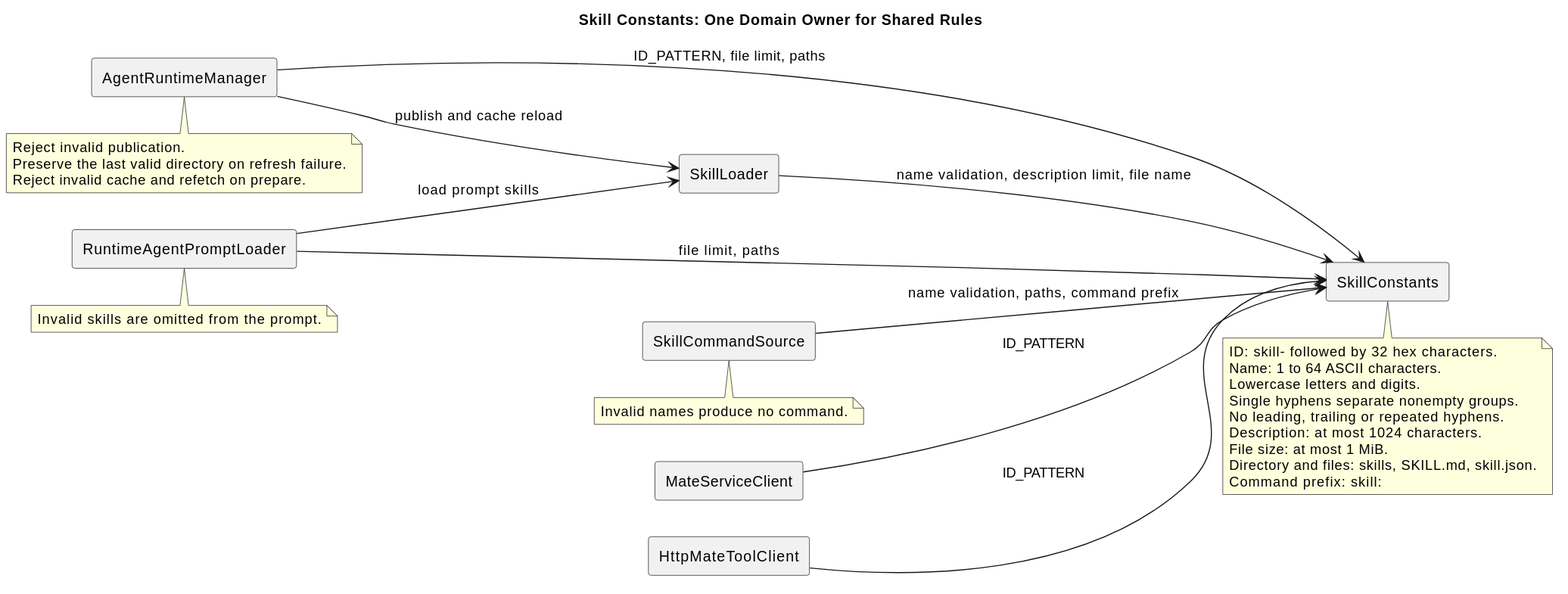
Before: docs/designs/skill-name-validation/skill_name_validation.svg, a diagram exported from PlantUML (2862282695gjh-afk/pi-mono-java).
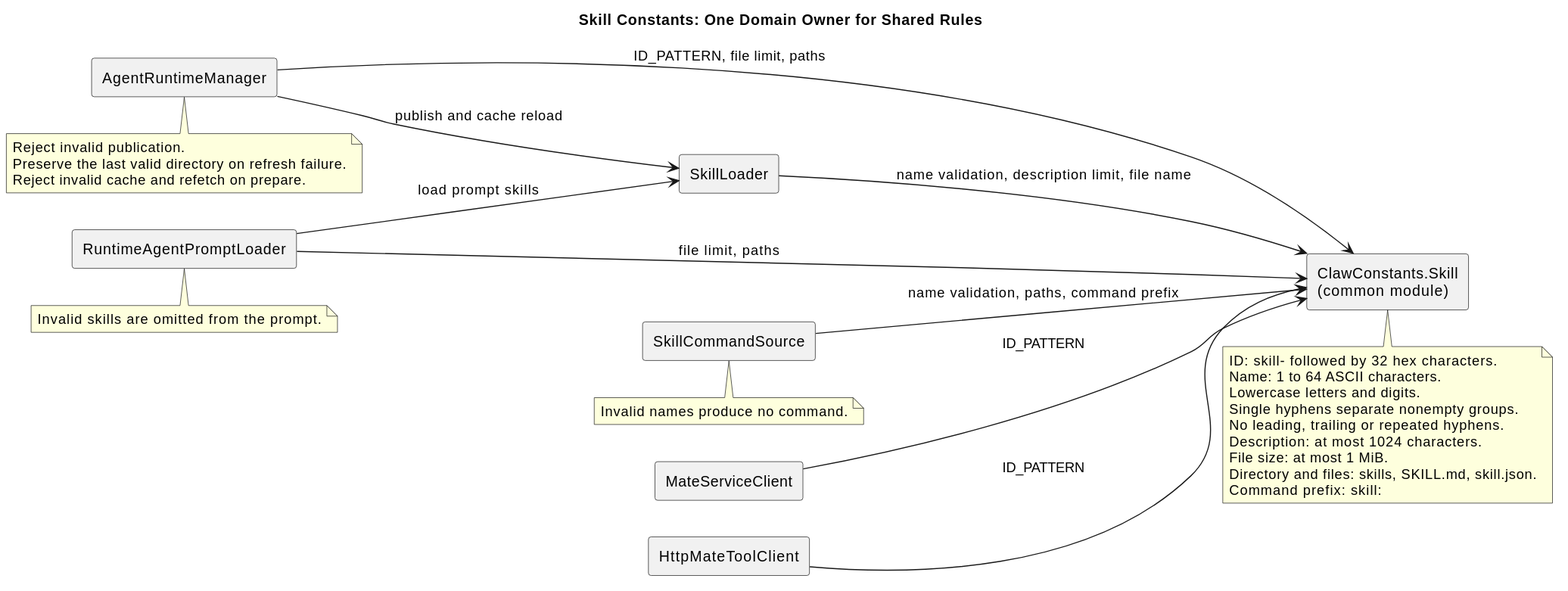
After the commit.

What changed in the source:
```diff
@@ -7,7 +7,7 @@
 component RuntimeAgentPromptLoader as Prompt
 component SkillLoader as Loader
 component SkillCommandSource as Commands
-component SkillConstants as Constants
+component "ClawConstants.Skill\n(common module)" as Constants
 component MateServiceClient as MetadataClient
 component HttpMateToolClient as ToolClient
 Runtime --> Loader : publish and cache reload
```
